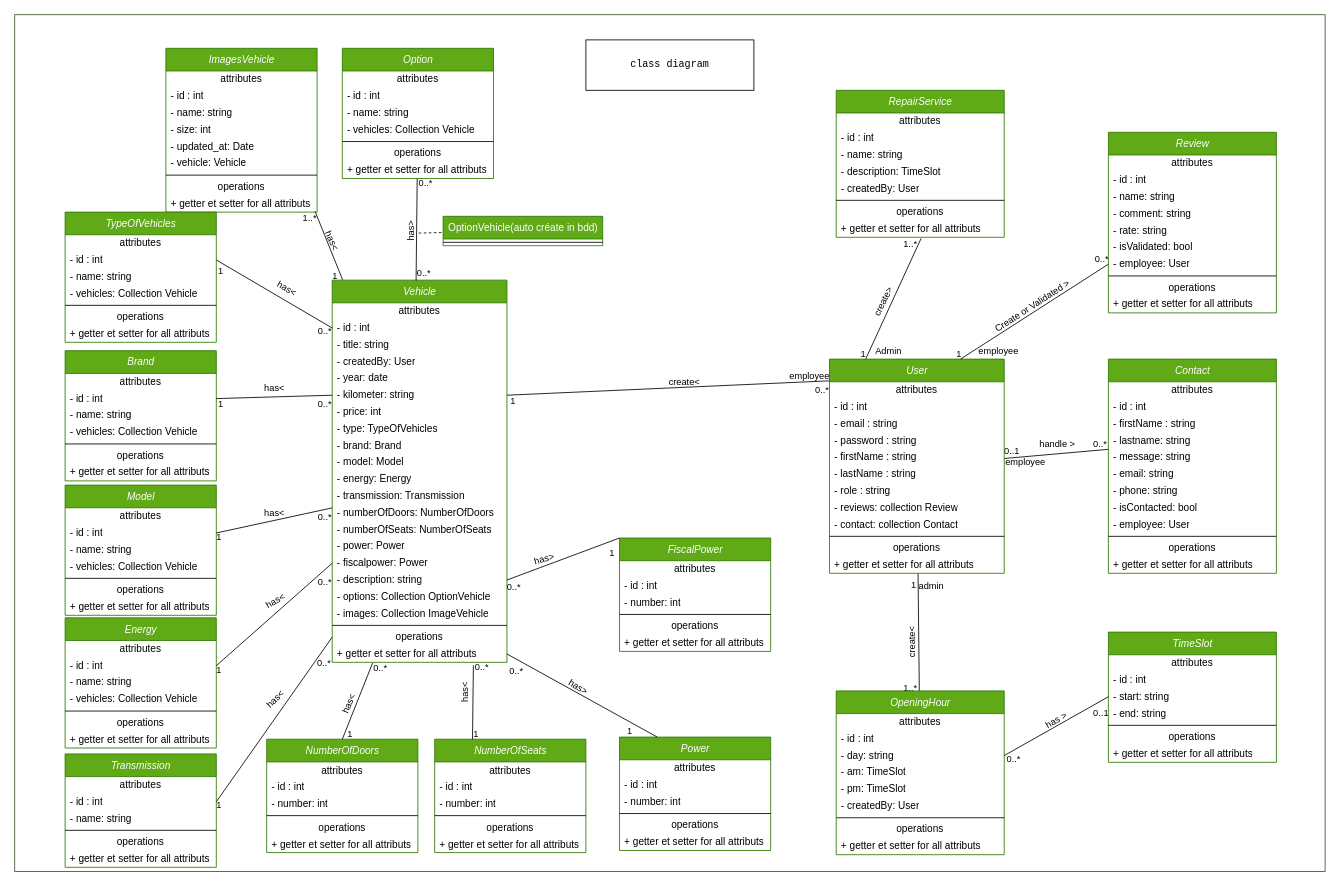
Above: documentations/DIO/diag-class.dio in SandrineOrieux/Garage-V-Parrot (draw.io), before the change. Source tidied: cells renumbered, new cells numbered last; positions are measured from the earlier drawing's top-left corner, leaving out a move shared by most shapes. Both pictures are drawn from the tidied source at 84%, with x=0, y=0 at pixel (14, 14).
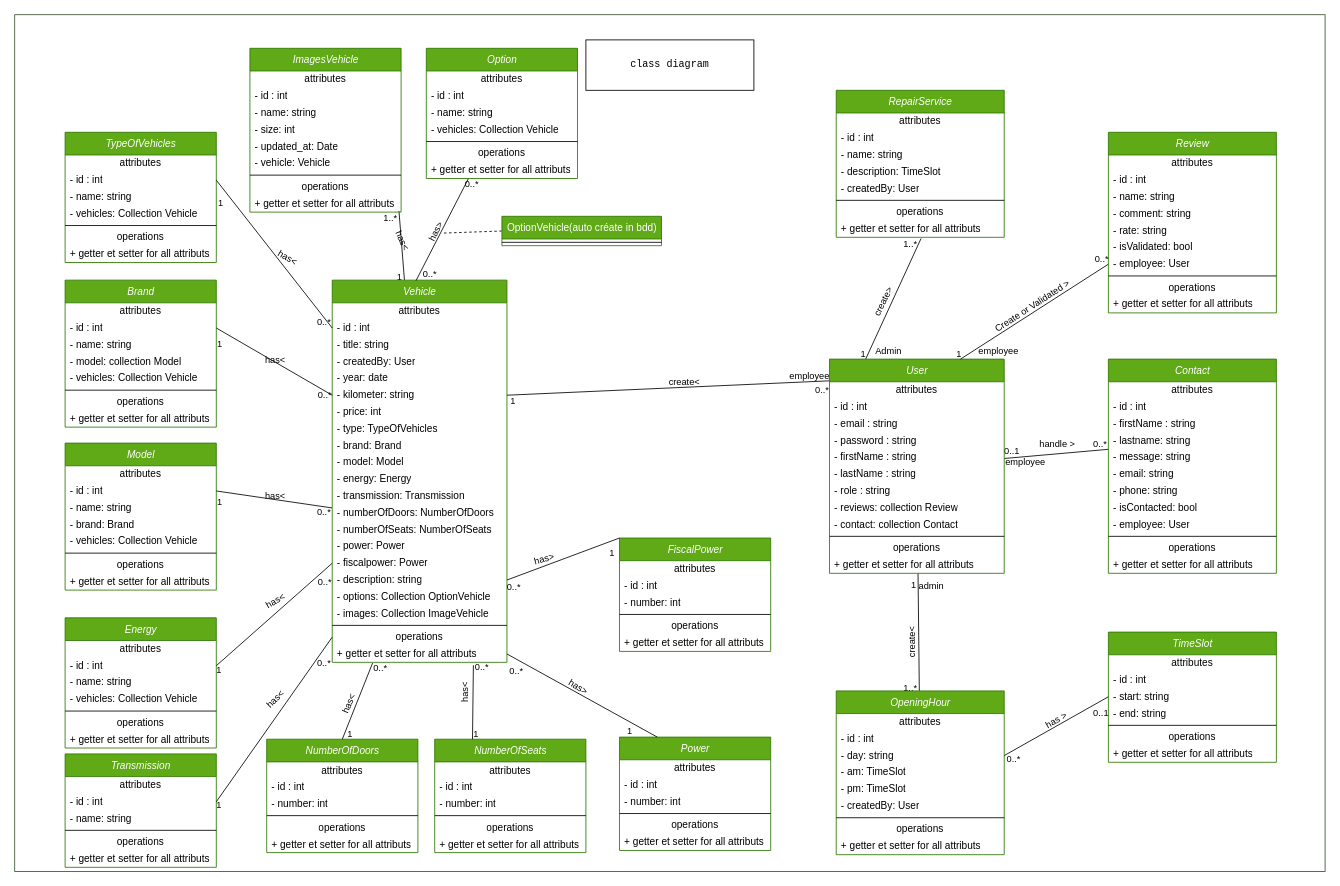
The same diagram, later.

The change refers to these unchanged cells:
```xml
<mxCell id="128" style="edgeStyle=none;html=1;entryX=0.48;entryY=0.001;entryDx=0;entryDy=0;entryPerimeter=0;strokeColor=#000000;fontColor=#000000;endArrow=none;endFill=0;" parent="1" edge="1" source="132" target="96">
  <mxGeometry relative="1" as="geometry" />
</mxCell>
```

What changed in the source:
```diff
@@
-    <mxCell id="43" style="edgeStyle=none;html=1;dashed=1;strokeColor=#000000;fontColor=#000000;endArrow=none;endFill=0;" parent="1" edge="1">
+    <mxCell id="43" style="edgeStyle=none;html=1;dashed=1;strokeColor=#000000;fontColor=#000000;endArrow=none;endFill=0;exitX=0;exitY=0.5;exitDx=0;exitDy=0;" parent="1" edge="1" source="44">
       <mxGeometry relative="1" as="geometry">
-        <mxPoint x="508" y="259.4" as="sourcePoint" />
-        <mxPoint x="478" y="260" as="targetPoint" />
+        <mxPoint x="510" y="260" as="targetPoint" />
       </mxGeometry>
     </mxCell>
     <mxCell id="44" value="OptionVehicle(auto créate in bdd)" style="swimlane;fontStyle=0;align=center;verticalAlign=top;horizontal=1;startSize=27;html=1;fillColor=#60a917;strokeColor=#2D7600;fontColor=#ffffff;" parent="1" vertex="1">
-      <mxGeometry x="510" y="240" width="190" height="35" as="geometry" />
+      <mxGeometry x="580" y="240" width="190" height="35" as="geometry" />
     </mxCell>
@@
-    <mxCell id="129" value="has&amp;gt;" style="edgeLabel;html=1;align=center;verticalAlign=middle;fontColor=#000000;labelBackgroundColor=none;rotation=-90;" parent="128" vertex="1">
+    <mxCell id="129" value="has&amp;gt;" style="edgeLabel;html=1;align=center;verticalAlign=middle;fontColor=#000000;labelBackgroundColor=none;rotation=297;" parent="128" vertex="1">
       <mxGeometry x="-0.46" y="2" relative="1" as="geometry">
-        <mxPoint x="-10" y="30" as="offset" />
+        <mxPoint x="-25" y="30" as="offset" />
       </mxGeometry>
     </mxCell>
@@
     <mxCell id="132" value="&lt;i&gt;Option&lt;/i&gt;" style="swimlane;fontStyle=0;align=center;verticalAlign=top;horizontal=1;startSize=27;html=1;fillColor=#60a917;strokeColor=#2D7600;fontColor=#ffffff;" parent="1" vertex="1">
-      <mxGeometry x="390" y="40" width="180" height="155" as="geometry" />
+      <mxGeometry x="490" y="40" width="180" height="155" as="geometry" />
     </mxCell>
@@
     <mxCell id="140" value="&lt;i&gt;ImagesVehicle&lt;/i&gt;" style="swimlane;fontStyle=0;align=center;verticalAlign=top;horizontal=1;startSize=27;html=1;fillColor=#60a917;strokeColor=#2D7600;fontColor=#ffffff;" parent="1" vertex="1">
-      <mxGeometry x="180" y="40" width="180" height="195" as="geometry" />
+      <mxGeometry x="280" y="40" width="180" height="195" as="geometry" />
     </mxCell>
@@
     <mxCell id="150" value="&lt;i&gt;TypeOfVehicles&lt;/i&gt;" style="swimlane;fontStyle=0;align=center;verticalAlign=top;horizontal=1;startSize=27;html=1;fillColor=#60a917;strokeColor=#2D7600;fontColor=#ffffff;" parent="1" vertex="1">
-      <mxGeometry x="60" y="235" width="180" height="155" as="geometry" />
+      <mxGeometry x="60" y="140" width="180" height="155" as="geometry" />
     </mxCell>
@@
     <mxCell id="162" value="&lt;i&gt;Brand&lt;/i&gt;" style="swimlane;fontStyle=0;align=center;verticalAlign=top;horizontal=1;startSize=27;html=1;fillColor=#60a917;strokeColor=#2D7600;fontColor=#ffffff;" parent="1" vertex="1">
-      <mxGeometry x="60" y="400" width="180" height="155" as="geometry" />
+      <mxGeometry x="60" y="316" width="180" height="175" as="geometry" />
     </mxCell>
@@
+    <mxCell id="253" value="- model: collection Model" style="text;html=1;strokeColor=none;fillColor=none;align=left;verticalAlign=middle;spacingLeft=4;spacingRight=4;overflow=hidden;fontColor=#000000;" parent="162" vertex="1">
+      <mxGeometry y="87" width="180" height="20" as="geometry" />
+    </mxCell>
     <mxCell id="166" value="- vehicles: Collection Vehicle" style="text;html=1;strokeColor=none;fillColor=none;align=left;verticalAlign=middle;spacingLeft=4;spacingRight=4;overflow=hidden;fontColor=#000000;" parent="162" vertex="1">
-      <mxGeometry y="87" width="180" height="20" as="geometry" />
+      <mxGeometry y="107" width="180" height="20" as="geometry" />
     </mxCell>
     <mxCell id="167" style="line;strokeWidth=1;fillColor=none;align=left;verticalAlign=middle;spacingTop=-1;spacingLeft=3;spacingRight=3;labelPosition=right;fontColor=#000000;" parent="162" vertex="1">
-      <mxGeometry y="107" width="180" height="8" as="geometry" />
+      <mxGeometry y="127" width="180" height="8" as="geometry" />
     </mxCell>
     <mxCell id="168" value="operations" style="text;html=1;strokeColor=none;fillColor=none;align=center;verticalAlign=middle;spacingLeft=4;spacingRight=4;overflow=hidden;fontColor=#000000;" parent="162" vertex="1">
-      <mxGeometry y="115" width="180" height="20" as="geometry" />
+      <mxGeometry y="135" width="180" height="20" as="geometry" />
     </mxCell>
     <mxCell id="169" value="+ getter et setter for all attributs" style="text;html=1;strokeColor=none;fillColor=none;align=left;verticalAlign=middle;spacingLeft=4;spacingRight=4;overflow=hidden;fontColor=#000000;" parent="162" vertex="1">
-      <mxGeometry y="135" width="180" height="20" as="geometry" />
+      <mxGeometry y="155" width="180" height="20" as="geometry" />
     </mxCell>
@@
     <mxCell id="174" value="&lt;i&gt;Model&lt;/i&gt;" style="swimlane;fontStyle=0;align=center;verticalAlign=top;horizontal=1;startSize=27;html=1;fillColor=#60a917;strokeColor=#2D7600;fontColor=#ffffff;" parent="1" vertex="1">
-      <mxGeometry x="60" y="560" width="180" height="155" as="geometry" />
+      <mxGeometry x="60" y="510" width="180" height="175" as="geometry" />
     </mxCell>
@@
+    <mxCell id="254" value="- brand: Brand" style="text;html=1;strokeColor=none;fillColor=none;align=left;verticalAlign=middle;spacingLeft=4;spacingRight=4;overflow=hidden;fontColor=#000000;" parent="174" vertex="1">
+      <mxGeometry y="87" width="180" height="20" as="geometry" />
+    </mxCell>
     <mxCell id="178" value="- vehicles: Collection Vehicle" style="text;html=1;strokeColor=none;fillColor=none;align=left;verticalAlign=middle;spacingLeft=4;spacingRight=4;overflow=hidden;fontColor=#000000;" parent="174" vertex="1">
-      <mxGeometry y="87" width="180" height="20" as="geometry" />
+      <mxGeometry y="107" width="180" height="20" as="geometry" />
     </mxCell>
     <mxCell id="179" style="line;strokeWidth=1;fillColor=none;align=left;verticalAlign=middle;spacingTop=-1;spacingLeft=3;spacingRight=3;labelPosition=right;fontColor=#000000;" parent="174" vertex="1">
-      <mxGeometry y="107" width="180" height="8" as="geometry" />
+      <mxGeometry y="127" width="180" height="8" as="geometry" />
     </mxCell>
     <mxCell id="180" value="operations" style="text;html=1;strokeColor=none;fillColor=none;align=center;verticalAlign=middle;spacingLeft=4;spacingRight=4;overflow=hidden;fontColor=#000000;" parent="174" vertex="1">
-      <mxGeometry y="115" width="180" height="20" as="geometry" />
+      <mxGeometry y="135" width="180" height="20" as="geometry" />
     </mxCell>
     <mxCell id="181" value="+ getter et setter for all attributs" style="text;html=1;strokeColor=none;fillColor=none;align=left;verticalAlign=middle;spacingLeft=4;spacingRight=4;overflow=hidden;fontColor=#000000;" parent="174" vertex="1">
-      <mxGeometry y="135" width="180" height="20" as="geometry" />
+      <mxGeometry y="155" width="180" height="20" as="geometry" />
     </mxCell>
```
